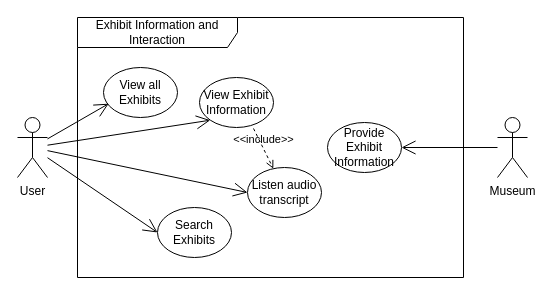
gsklaven/MusePath keeps this draw.io diagram as Use Case Diagrams/Exhibit Information.drawio. Above is the earlier version. Source tidied: cells renumbered, new cells numbered last; positions are measured from the earlier drawing's top-left corner, leaving out a move shared by most shapes. Both pictures are drawn from the tidied source at 100%, with x=0, y=0 at pixel (17, 17).
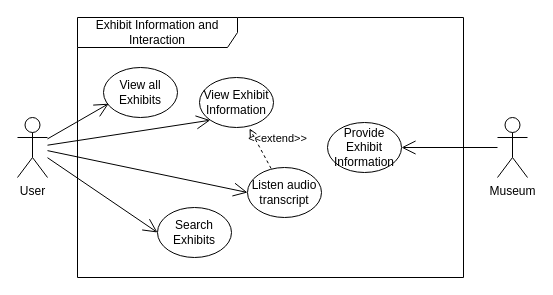
The same page after the edit.

Diff of the diagram source:
```diff
@@
 <mxGraphModel>
   <root>
     <mxCell id="0" />
     <mxCell id="1" parent="0" />
     <mxCell id="2" value="Exhibit Information and Interaction" style="shape=umlFrame;whiteSpace=wrap;html=1;width=160;" parent="1" vertex="1">
       <mxGeometry x="60" width="386" height="260" as="geometry" />
     </mxCell>
     <mxCell id="3" value="View Exhibit Information" style="ellipse;whiteSpace=wrap;html=1;" parent="2" vertex="1">
       <mxGeometry x="122" y="60" width="74" height="50" as="geometry" />
     </mxCell>
     <mxCell id="4" value="Listen audio transcript" style="ellipse;whiteSpace=wrap;html=1;" parent="2" vertex="1">
       <mxGeometry x="170" y="150" width="74" height="50" as="geometry" />
     </mxCell>
     <mxCell id="5" value="View all Exhibits" style="ellipse;whiteSpace=wrap;html=1;" parent="2" vertex="1">
       <mxGeometry x="26" y="50" width="74" height="50" as="geometry" />
     </mxCell>
     <mxCell id="6" value="Search Exhibits" style="ellipse;whiteSpace=wrap;html=1;" parent="2" vertex="1">
       <mxGeometry x="80" y="190" width="74" height="50" as="geometry" />
     </mxCell>
-    <mxCell id="7" value="&amp;lt;&amp;lt;include&amp;gt;&amp;gt;" style="html=1;verticalAlign=bottom;labelBackgroundColor=none;endArrow=open;endFill=0;dashed=1;rounded=0;exitX=0.73;exitY=1.02;exitDx=0;exitDy=0;exitPerimeter=0;" parent="2" edge="1" source="3" target="4">
-      <mxGeometry relative="1" as="geometry" />
+    <mxCell id="7" value="&amp;lt;&amp;lt;extend&amp;gt;&amp;gt;" style="html=1;verticalAlign=bottom;labelBackgroundColor=none;endArrow=open;endFill=0;dashed=1;rounded=0;exitX=0.319;exitY=0.02;exitDx=0;exitDy=0;exitPerimeter=0;entryX=0.676;entryY=1.02;entryDx=0;entryDy=0;entryPerimeter=0;" parent="2" edge="1" source="4" target="3">
+      <mxGeometry x="-0.32" y="-16" relative="1" as="geometry">
+        <mxPoint x="-1" as="offset" />
+      </mxGeometry>
     </mxCell>
     <mxCell id="8" value="Provide Exhibit Information" style="ellipse;whiteSpace=wrap;html=1;" parent="2" vertex="1">
       <mxGeometry x="250" y="105" width="74" height="50" as="geometry" />
     </mxCell>
     <mxCell id="9" value="User" style="shape=umlActor;verticalLabelPosition=bottom;verticalAlign=top;html=1;" parent="1" vertex="1">
       <mxGeometry y="100" width="30" height="60" as="geometry" />
     </mxCell>
     <mxCell id="10" style="endArrow=open;endFill=1;endSize=12;html=1;rounded=0;entryX=0.07;entryY=0.724;entryDx=0;entryDy=0;entryPerimeter=0;" parent="1" edge="1" source="9" target="5">
       <mxGeometry relative="1" as="geometry" />
     </mxCell>
     <mxCell id="11" style="endArrow=open;endFill=1;endSize=12;html=1;rounded=0;entryX=0;entryY=1;entryDx=0;entryDy=0;" parent="1" edge="1" source="9" target="3">
       <mxGeometry relative="1" as="geometry" />
     </mxCell>
     <mxCell id="12" style="endArrow=open;endFill=1;endSize=12;html=1;rounded=0;entryX=0;entryY=0.5;entryDx=0;entryDy=0;" parent="1" edge="1" source="9" target="6">
       <mxGeometry relative="1" as="geometry" />
     </mxCell>
     <mxCell id="13" style="endArrow=open;endFill=1;endSize=12;html=1;rounded=0;entryX=0;entryY=0.5;entryDx=0;entryDy=0;" parent="1" edge="1" source="9" target="4">
       <mxGeometry relative="1" as="geometry" />
     </mxCell>
     <mxCell id="14" value="Museum" style="shape=umlActor;verticalLabelPosition=bottom;verticalAlign=top;html=1;outlineConnect=0;" parent="1" vertex="1">
       <mxGeometry x="480" y="100" width="30" height="60" as="geometry" />
     </mxCell>
     <mxCell id="15" style="endArrow=open;endFill=1;endSize=12;html=1;rounded=0;entryX=1;entryY=0.5;entryDx=0;entryDy=0;" parent="1" edge="1" source="14" target="8">
       <mxGeometry relative="1" as="geometry" />
     </mxCell>
   </root>
 </mxGraphModel>
```
